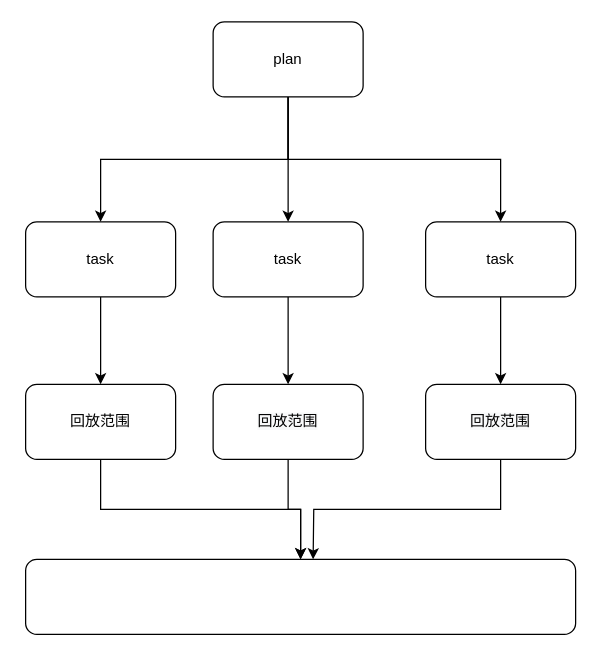
The draw.io diagram 调度管理.drawio in mayi295940/diagrams, before the edit. Source tidied: cells renumbered, new cells numbered last; positions are measured from the earlier drawing's top-left corner, leaving out a move shared by most shapes. Both pictures are drawn from the tidied source at 125%, with x=0, y=0 at pixel (25, 21).
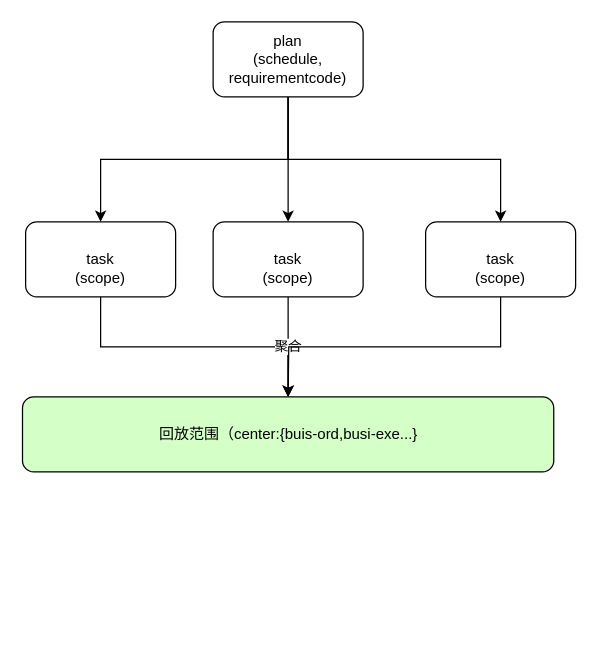
Above is the later version.

Commit message:
更新调度管理.drawio

What changed in the source:
```diff
@@
 <mxGraphModel>
   <root>
     <mxCell id="0" />
     <mxCell id="1" parent="0" />
     <mxCell id="2" style="edgeStyle=orthogonalEdgeStyle;rounded=0;jettySize=auto;html=1;exitX=0.5;exitY=1;exitDx=0;exitDy=0;entryX=0.5;entryY=0;entryDx=0;entryDy=0;" parent="1" edge="1" source="5" target="9">
       <mxGeometry relative="1" as="geometry" />
     </mxCell>
     <mxCell id="3" style="edgeStyle=orthogonalEdgeStyle;rounded=0;jettySize=auto;html=1;exitX=0.5;exitY=1;exitDx=0;exitDy=0;entryX=0.5;entryY=0;entryDx=0;entryDy=0;" parent="1" edge="1" source="5" target="7">
       <mxGeometry relative="1" as="geometry" />
     </mxCell>
     <mxCell id="4" style="edgeStyle=orthogonalEdgeStyle;rounded=0;jettySize=auto;html=1;exitX=0.5;exitY=1;exitDx=0;exitDy=0;entryX=0.5;entryY=0;entryDx=0;entryDy=0;" parent="1" edge="1" source="5" target="11">
       <mxGeometry relative="1" as="geometry" />
     </mxCell>
-    <mxCell id="5" value="plan" style="rounded=1;whiteSpace=wrap;html=1;" parent="1" vertex="1">
+    <mxCell id="5" value="plan&lt;br&gt;(schedule, requirementcode)" style="rounded=1;whiteSpace=wrap;html=1;" parent="1" vertex="1">
       <mxGeometry x="150" width="120" height="60" as="geometry" />
     </mxCell>
-    <mxCell id="6" style="edgeStyle=orthogonalEdgeStyle;rounded=0;jettySize=auto;html=1;exitX=0.5;exitY=1;exitDx=0;exitDy=0;entryX=0.5;entryY=0;entryDx=0;entryDy=0;" parent="1" edge="1" source="7" target="13">
-      <mxGeometry relative="1" as="geometry" />
-    </mxCell>
+    <mxCell id="19" style="edgeStyle=orthogonalEdgeStyle;rounded=0;jettySize=auto;html=1;exitX=0.5;exitY=1;exitDx=0;exitDy=0;entryX=0.5;entryY=0;entryDx=0;entryDy=0;" parent="1" edge="1" source="7" target="18">
+      <mxGeometry relative="1" as="geometry" />
+    </mxCell>
-    <mxCell id="7" value="task" style="rounded=1;whiteSpace=wrap;html=1;" parent="1" vertex="1">
+    <mxCell id="7" value="&lt;br&gt;task&lt;br&gt;(scope)" style="rounded=1;whiteSpace=wrap;html=1;" parent="1" vertex="1">
       <mxGeometry y="160" width="120" height="60" as="geometry" />
     </mxCell>
-    <mxCell id="8" style="edgeStyle=orthogonalEdgeStyle;rounded=0;jettySize=auto;html=1;exitX=0.5;exitY=1;exitDx=0;exitDy=0;entryX=0.5;entryY=0;entryDx=0;entryDy=0;" parent="1" edge="1" source="9" target="15">
-      <mxGeometry relative="1" as="geometry" />
-    </mxCell>
+    <mxCell id="20" value="聚合" style="edgeStyle=orthogonalEdgeStyle;rounded=0;jettySize=auto;html=1;exitX=0.5;exitY=1;exitDx=0;exitDy=0;" parent="1" edge="1" source="9" target="18">
+      <mxGeometry relative="1" as="geometry" />
+    </mxCell>
-    <mxCell id="9" value="task" style="rounded=1;whiteSpace=wrap;html=1;" parent="1" vertex="1">
+    <mxCell id="9" value="&lt;br&gt;task&lt;br&gt;(scope)" style="rounded=1;whiteSpace=wrap;html=1;" parent="1" vertex="1">
       <mxGeometry x="150" y="160" width="120" height="60" as="geometry" />
     </mxCell>
-    <mxCell id="10" style="edgeStyle=orthogonalEdgeStyle;rounded=0;jettySize=auto;html=1;exitX=0.5;exitY=1;exitDx=0;exitDy=0;entryX=0.5;entryY=0;entryDx=0;entryDy=0;" parent="1" edge="1" source="11" target="17">
-      <mxGeometry relative="1" as="geometry" />
-    </mxCell>
+    <mxCell id="21" style="edgeStyle=orthogonalEdgeStyle;rounded=0;jettySize=auto;html=1;exitX=0.5;exitY=1;exitDx=0;exitDy=0;" parent="1" edge="1" source="11">
+      <mxGeometry relative="1" as="geometry">
+        <mxPoint x="210" y="300" as="targetPoint" />
+      </mxGeometry>
+    </mxCell>
-    <mxCell id="11" value="task" style="rounded=1;whiteSpace=wrap;html=1;" parent="1" vertex="1">
+    <mxCell id="11" value="&lt;br&gt;task&lt;br&gt;(scope)" style="rounded=1;whiteSpace=wrap;html=1;" parent="1" vertex="1">
       <mxGeometry x="320" y="160" width="120" height="60" as="geometry" />
     </mxCell>
-    <mxCell id="12" style="edgeStyle=orthogonalEdgeStyle;rounded=0;jettySize=auto;html=1;exitX=0.5;exitY=1;exitDx=0;exitDy=0;entryX=0.5;entryY=0;entryDx=0;entryDy=0;" parent="1" edge="1" source="13" target="18">
-      <mxGeometry relative="1" as="geometry" />
-    </mxCell>
-    <mxCell id="13" value="回放范围" style="rounded=1;whiteSpace=wrap;html=1;" parent="1" vertex="1">
-      <mxGeometry y="290" width="120" height="60" as="geometry" />
-    </mxCell>
-    <mxCell id="14" style="edgeStyle=orthogonalEdgeStyle;rounded=0;jettySize=auto;html=1;exitX=0.5;exitY=1;exitDx=0;exitDy=0;entryX=0.5;entryY=0;entryDx=0;entryDy=0;" parent="1" edge="1" source="15" target="18">
-      <mxGeometry relative="1" as="geometry" />
-    </mxCell>
-    <mxCell id="15" value="&#10;&#10;&lt;span style=&quot;color: rgb(0, 0, 0); font-family: Helvetica; font-size: 12px; font-style: normal; font-variant-ligatures: normal; font-variant-caps: normal; font-weight: 400; letter-spacing: normal; orphans: 2; text-align: center; text-indent: 0px; text-transform: none; widows: 2; word-spacing: 0px; -webkit-text-stroke-width: 0px; background-color: rgb(248, 249, 250); text-decoration-style: initial; text-decoration-color: initial; float: none; display: inline !important;&quot;&gt;回放范围&lt;/span&gt;&#10;&#10;" style="rounded=1;whiteSpace=wrap;html=1;" parent="1" vertex="1">
-      <mxGeometry x="150" y="290" width="120" height="60" as="geometry" />
-    </mxCell>
-    <mxCell id="16" style="edgeStyle=orthogonalEdgeStyle;rounded=0;jettySize=auto;html=1;exitX=0.5;exitY=1;exitDx=0;exitDy=0;" parent="1" edge="1" source="17">
-      <mxGeometry relative="1" as="geometry">
-        <mxPoint x="230" y="430" as="targetPoint" />
-      </mxGeometry>
-    </mxCell>
-    <mxCell id="17" value="&#10;&#10;&lt;span style=&quot;color: rgb(0, 0, 0); font-family: Helvetica; font-size: 12px; font-style: normal; font-variant-ligatures: normal; font-variant-caps: normal; font-weight: 400; letter-spacing: normal; orphans: 2; text-align: center; text-indent: 0px; text-transform: none; widows: 2; word-spacing: 0px; -webkit-text-stroke-width: 0px; background-color: rgb(248, 249, 250); text-decoration-style: initial; text-decoration-color: initial; float: none; display: inline !important;&quot;&gt;回放范围&lt;/span&gt;&#10;&#10;" style="rounded=1;whiteSpace=wrap;html=1;" parent="1" vertex="1">
-      <mxGeometry x="320" y="290" width="120" height="60" as="geometry" />
-    </mxCell>
-    <mxCell id="18" style="rounded=1;whiteSpace=wrap;html=1;" parent="1" vertex="1">
-      <mxGeometry y="430" width="440" height="60" as="geometry" />
+    <mxCell id="18" value="回放范围（center:{buis-ord,busi-exe...}" style="rounded=1;whiteSpace=wrap;html=1;fillColor=#D4FFC7;" parent="1" vertex="1">
+      <mxGeometry x="-2.5" y="300" width="425" height="60" as="geometry" />
     </mxCell>
   </root>
 </mxGraphModel>
```
